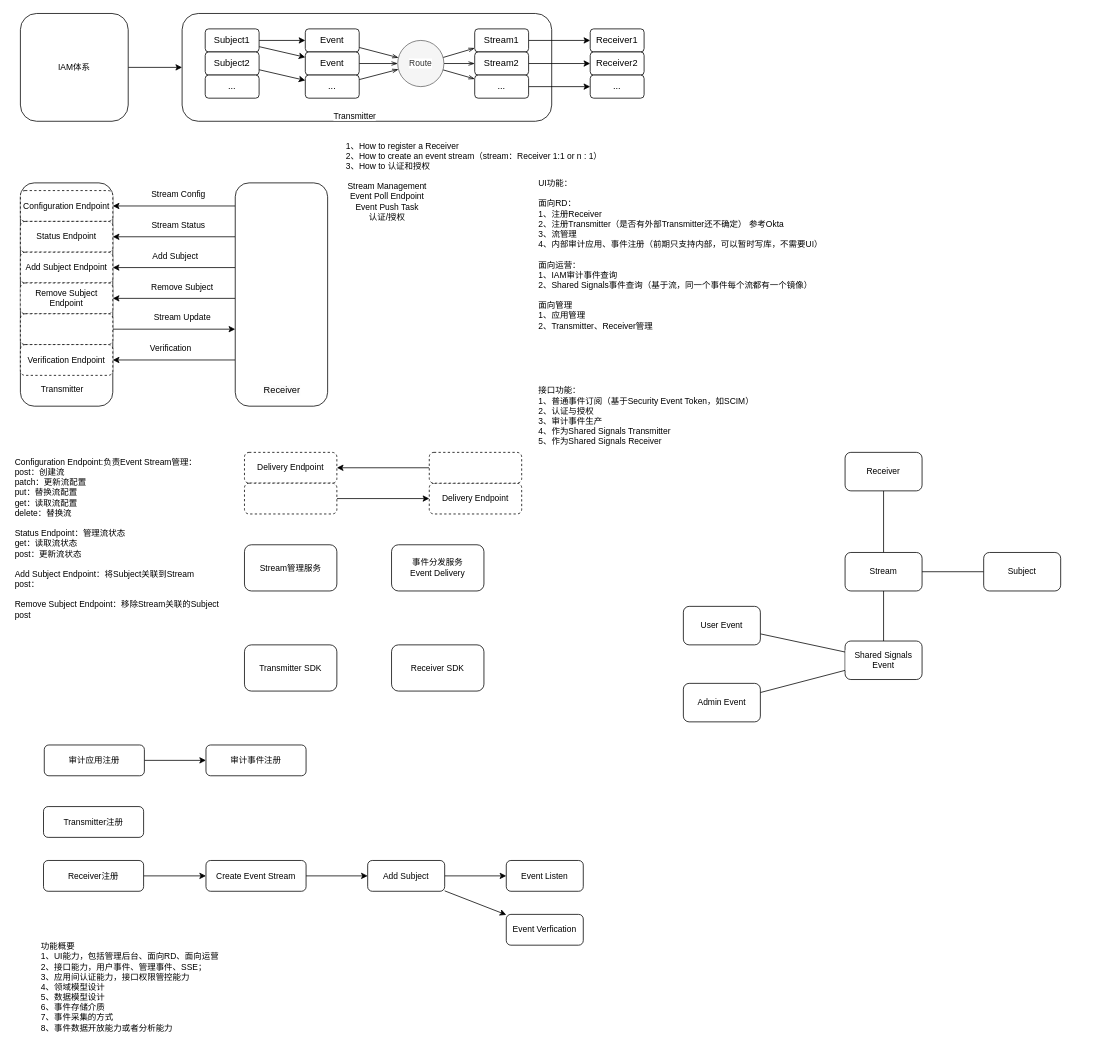
The draw.io diagram sharedsignals.drawio in yamilinqh/spicedb, before the edit. Source tidied: cells renumbered, new cells numbered last; positions are measured from the earlier drawing's top-left corner, leaving out a move shared by most shapes. Both pictures are drawn from the tidied source at 77%, with x=0, y=0 at pixel (13, 13).
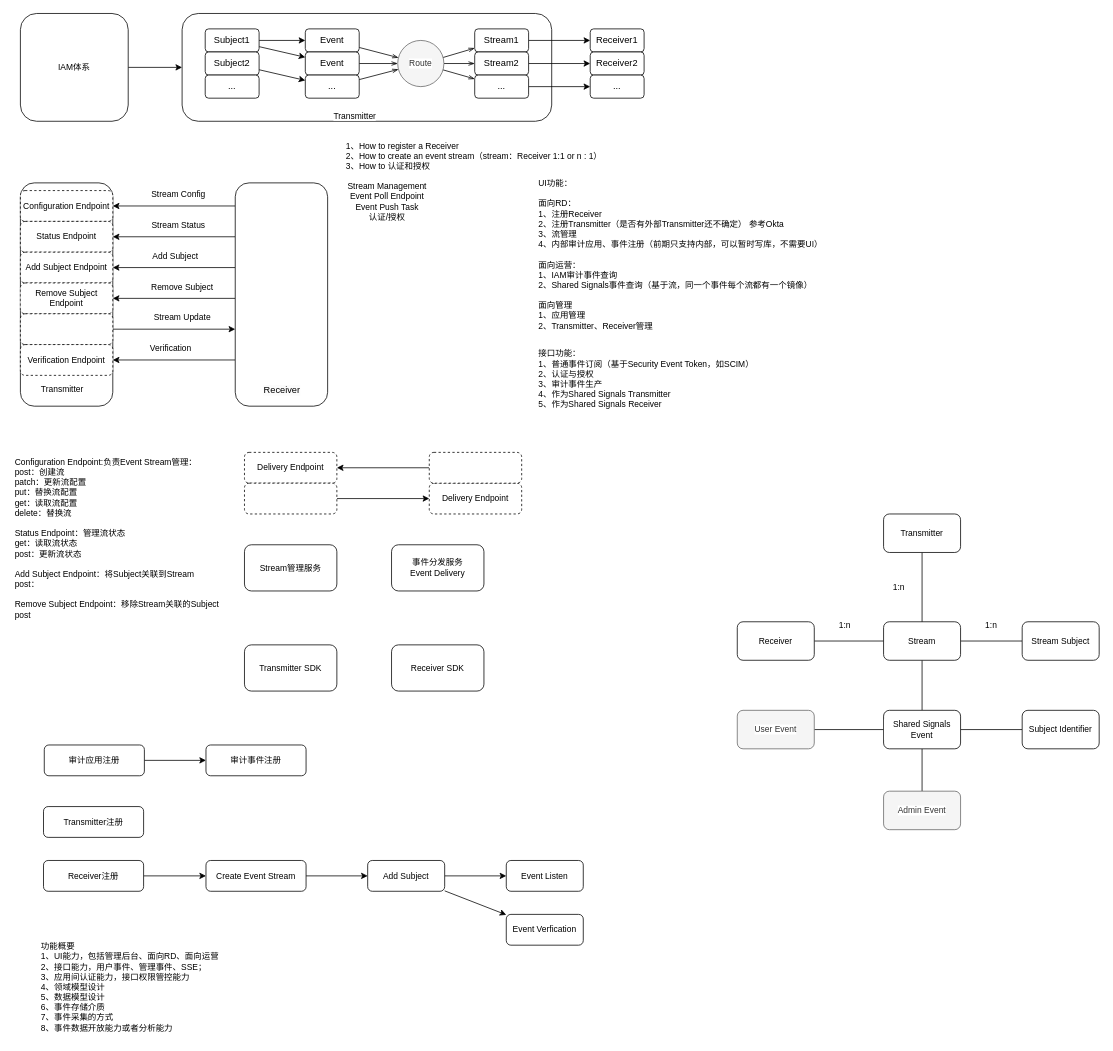
The same page after the edit.

The edit, as a diff of the source:
```diff
@@
     <mxCell id="81" value="接口功能：&lt;br&gt;1、普通事件订阅（基于Security Event Token，如SCIM）&lt;br&gt;2、认证与授权&lt;br&gt;3、审计事件生产&lt;br&gt;4、作为Shared Signals Transmitter&lt;br&gt;5、作为Shared Signals Receiver&lt;br&gt;&lt;div&gt;&lt;br&gt;&lt;/div&gt;" style="text;html=1;align=left;verticalAlign=middle;strokeColor=none;fillColor=none;fontFamily=Helvetica;fontSize=11;fontColor=default;labelBackgroundColor=default;" parent="1" vertex="1">
-      <mxGeometry x="680" y="475" width="300" height="110" as="geometry" />
+      <mxGeometry x="680" y="426" width="300" height="110" as="geometry" />
     </mxCell>
@@
-    <mxCell id="89" value="User Event" style="rounded=1;whiteSpace=wrap;html=1;fontFamily=Helvetica;fontSize=11;fontColor=default;labelBackgroundColor=default;" parent="1" vertex="1">
-      <mxGeometry x="870" y="770" width="100" height="50" as="geometry" />
+    <mxCell id="89" value="User Event" style="rounded=1;whiteSpace=wrap;html=1;fontFamily=Helvetica;fontSize=11;fontColor=#333333;labelBackgroundColor=default;fillColor=#f5f5f5;strokeColor=#666666;" parent="1" vertex="1">
+      <mxGeometry x="940" y="905" width="100" height="50" as="geometry" />
     </mxCell>
@@
-    <mxCell id="91" value="Admin Event" style="rounded=1;whiteSpace=wrap;html=1;fontFamily=Helvetica;fontSize=11;fontColor=default;labelBackgroundColor=default;" parent="1" vertex="1">
-      <mxGeometry x="870" y="870" width="100" height="50" as="geometry" />
+    <mxCell id="91" value="Admin Event" style="rounded=1;whiteSpace=wrap;html=1;fontFamily=Helvetica;fontSize=11;fontColor=#333333;labelBackgroundColor=default;fillColor=#f5f5f5;strokeColor=#666666;" parent="1" vertex="1">
+      <mxGeometry x="1130" y="1010" width="100" height="50" as="geometry" />
     </mxCell>
@@
+    <mxCell id="100" style="edgeStyle=none;shape=connector;rounded=0;jettySize=auto;html=1;strokeColor=default;align=center;verticalAlign=middle;fontFamily=Helvetica;fontSize=11;fontColor=default;labelBackgroundColor=default;endArrow=none;endFill=0;" parent="1" edge="1" source="93" target="106">
+      <mxGeometry relative="1" as="geometry" />
+    </mxCell>
     <mxCell id="93" value="Shared Signals Event" style="rounded=1;whiteSpace=wrap;html=1;fontFamily=Helvetica;fontSize=11;fontColor=default;labelBackgroundColor=default;" parent="1" vertex="1">
-      <mxGeometry x="1080" y="815" width="100" height="50" as="geometry" />
+      <mxGeometry x="1130" y="905" width="100" height="50" as="geometry" />
     </mxCell>
@@
     <mxCell id="97" value="Stream" style="rounded=1;whiteSpace=wrap;html=1;fontFamily=Helvetica;fontSize=11;fontColor=default;labelBackgroundColor=default;" parent="1" vertex="1">
-      <mxGeometry x="1080" y="700" width="100" height="50" as="geometry" />
+      <mxGeometry x="1130" y="790" width="100" height="50" as="geometry" />
     </mxCell>
-    <mxCell id="98" value="Subject" style="rounded=1;whiteSpace=wrap;html=1;fontFamily=Helvetica;fontSize=11;fontColor=default;labelBackgroundColor=default;" parent="1" vertex="1">
-      <mxGeometry x="1260" y="700" width="100" height="50" as="geometry" />
+    <mxCell id="98" value="Stream Subject" style="rounded=1;whiteSpace=wrap;html=1;fontFamily=Helvetica;fontSize=11;fontColor=default;labelBackgroundColor=default;" parent="1" vertex="1">
+      <mxGeometry x="1310" y="790" width="100" height="50" as="geometry" />
     </mxCell>
     <mxCell id="99" value="Receiver" style="rounded=1;whiteSpace=wrap;html=1;fontFamily=Helvetica;fontSize=11;fontColor=default;labelBackgroundColor=default;" parent="1" vertex="1">
-      <mxGeometry x="1080" y="570" width="100" height="50" as="geometry" />
+      <mxGeometry x="940" y="790" width="100" height="50" as="geometry" />
     </mxCell>
+    <mxCell id="101" value="1:n" style="text;html=1;align=center;verticalAlign=middle;whiteSpace=wrap;rounded=0;fontFamily=Helvetica;fontSize=11;fontColor=default;labelBackgroundColor=default;" parent="1" vertex="1">
+      <mxGeometry x="1050" y="780" width="60" height="30" as="geometry" />
+    </mxCell>
+    <mxCell id="102" value="1:n" style="text;html=1;align=center;verticalAlign=middle;whiteSpace=wrap;rounded=0;fontFamily=Helvetica;fontSize=11;fontColor=default;labelBackgroundColor=default;" parent="1" vertex="1">
+      <mxGeometry x="1240" y="780" width="60" height="30" as="geometry" />
+    </mxCell>
+    <mxCell id="103" style="edgeStyle=none;shape=connector;rounded=0;jettySize=auto;html=1;strokeColor=default;align=center;verticalAlign=middle;fontFamily=Helvetica;fontSize=11;fontColor=default;labelBackgroundColor=default;endArrow=none;endFill=0;" parent="1" edge="1" source="104" target="97">
+      <mxGeometry relative="1" as="geometry" />
+    </mxCell>
+    <mxCell id="104" value="&lt;span style=&quot;text-align: left;&quot;&gt;Transmitter&lt;/span&gt;" style="rounded=1;whiteSpace=wrap;html=1;fontFamily=Helvetica;fontSize=11;fontColor=default;labelBackgroundColor=default;" parent="1" vertex="1">
+      <mxGeometry x="1130" y="650" width="100" height="50" as="geometry" />
+    </mxCell>
+    <mxCell id="105" value="1:n" style="text;html=1;align=center;verticalAlign=middle;whiteSpace=wrap;rounded=0;fontFamily=Helvetica;fontSize=11;fontColor=default;labelBackgroundColor=default;" parent="1" vertex="1">
+      <mxGeometry x="1120" y="730" width="60" height="30" as="geometry" />
+    </mxCell>
+    <mxCell id="106" value="Subject Identifier" style="rounded=1;whiteSpace=wrap;html=1;fontFamily=Helvetica;fontSize=11;fontColor=default;labelBackgroundColor=default;" parent="1" vertex="1">
+      <mxGeometry x="1310" y="905" width="100" height="50" as="geometry" />
+    </mxCell>
```
